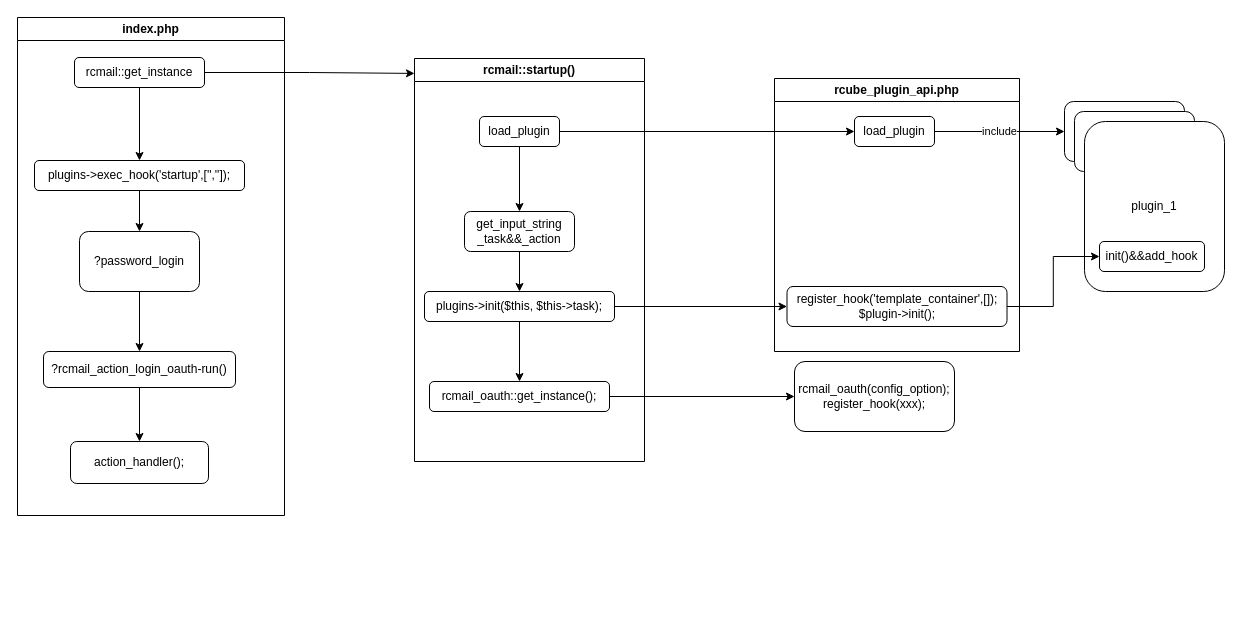
This is Roundcube_index.drawio from p0mel0/diagrams, a draw.io file, before an edit. Source tidied: cells renumbered, new cells numbered last; positions are measured from the earlier drawing's top-left corner, leaving out a move shared by most shapes. Both pictures are drawn from the tidied source at 100%, with x=0, y=0 at pixel (17, 17).
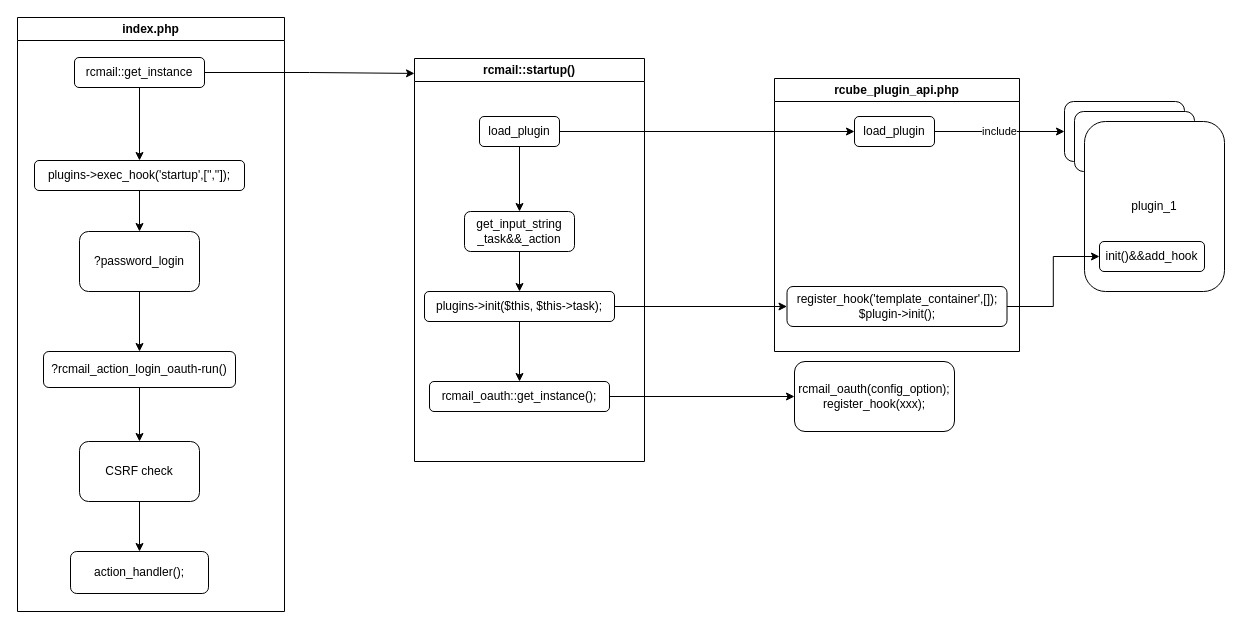
After the change.

The change refers to these unchanged cells:
```xml
<mxCell id="10" value="?rcmail_action_login_oauth-run()" style="rounded=1;whiteSpace=wrap;html=1;shadow=0;" parent="2" vertex="1">
  <mxGeometry x="26" y="334" width="192" height="36" as="geometry" />
</mxCell>
```

What changed in the source:
```diff
@@
     <mxCell id="2" value="index.php" style="swimlane;whiteSpace=wrap;html=1;shadow=0;" parent="1" vertex="1">
-      <mxGeometry width="267" height="498" as="geometry" />
+      <mxGeometry width="267" height="594" as="geometry" />
     </mxCell>
@@
-    <mxCell id="9" style="edgeStyle=orthogonalEdgeStyle;rounded=0;jettySize=auto;html=1;" parent="2" edge="1" source="10" target="11">
-      <mxGeometry relative="1" as="geometry" />
-    </mxCell>
+    <mxCell id="34" style="edgeStyle=orthogonalEdgeStyle;rounded=0;jettySize=auto;html=1;exitX=0.5;exitY=1;exitDx=0;exitDy=0;entryX=0.5;entryY=0;entryDx=0;entryDy=0;" parent="2" edge="1" source="10" target="36">
+      <mxGeometry relative="1" as="geometry" />
+    </mxCell>
@@
     <mxCell id="11" value="action_handler();" style="rounded=1;whiteSpace=wrap;html=1;shadow=0;" parent="2" vertex="1">
-      <mxGeometry x="53" y="424" width="138" height="42" as="geometry" />
+      <mxGeometry x="53" y="534" width="138" height="42" as="geometry" />
     </mxCell>
+    <mxCell id="35" style="edgeStyle=orthogonalEdgeStyle;rounded=0;jettySize=auto;html=1;exitX=0.5;exitY=1;exitDx=0;exitDy=0;entryX=0.5;entryY=0;entryDx=0;entryDy=0;" parent="2" edge="1" source="36" target="11">
+      <mxGeometry relative="1" as="geometry" />
+    </mxCell>
+    <mxCell id="36" value="CSRF check" style="rounded=1;whiteSpace=wrap;html=1;shadow=0;" parent="2" vertex="1">
+      <mxGeometry x="62" y="424" width="120" height="60" as="geometry" />
+    </mxCell>
```
